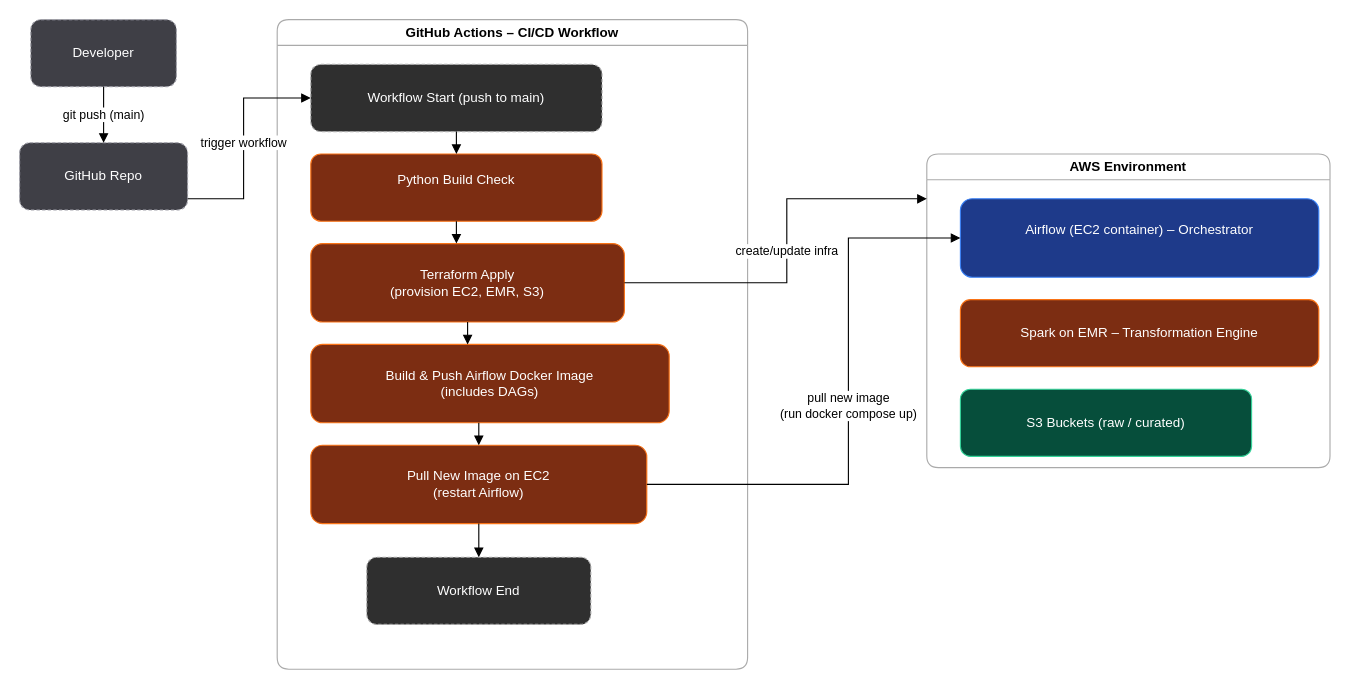
Before: diagrams/baseline_pipeline/ci_cd.drawio in SilverPeak2299/Thesis, a draw.io diagram. Source tidied: cells renumbered, new cells numbered last; positions are measured from the earlier drawing's top-left corner, leaving out a move shared by most shapes. Both pictures are drawn from the tidied source at 112%, with x=0, y=0 at pixel (19, 19).
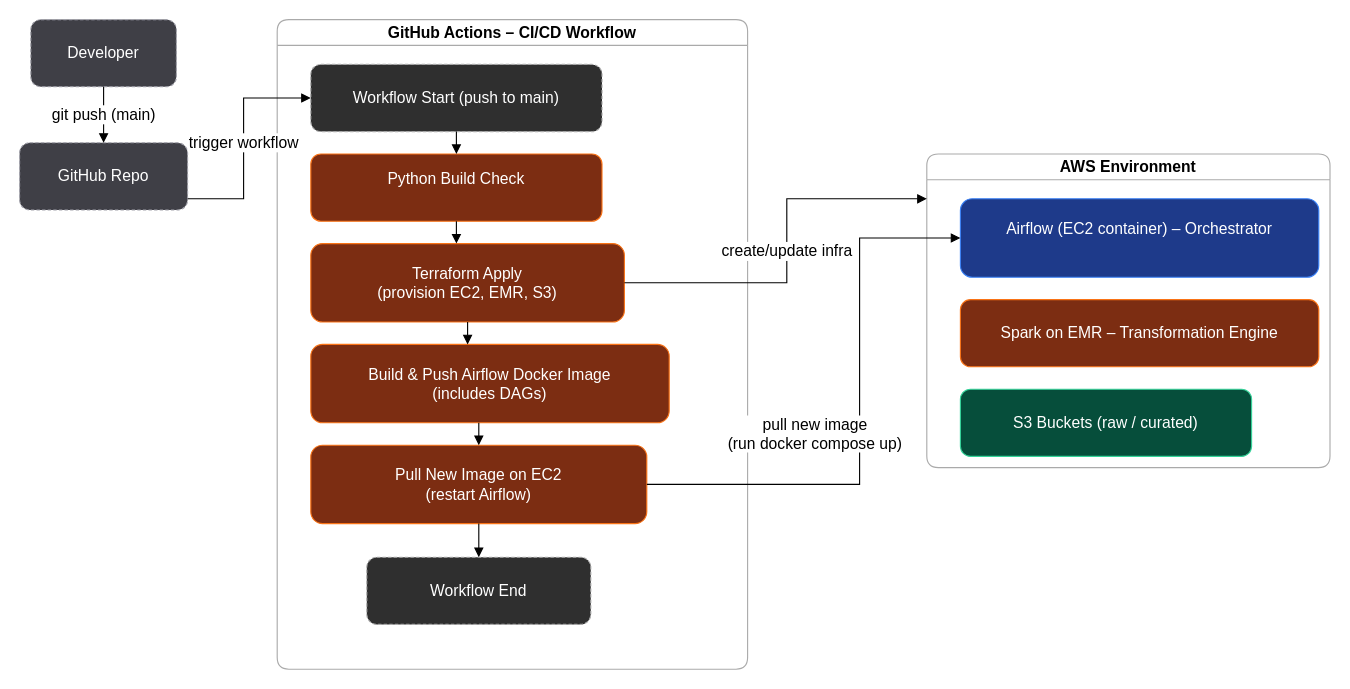
The same page after the edit.

Change to the diagram source:
```diff
@@
-    <mxCell id="2" value="Developer" style="rounded=1;whiteSpace=wrap;html=1;fillColor=#3f3f46;strokeColor=#a1a1aa;fontColor=#ffffff;dashed=1;dashPattern=3 2;" parent="1" vertex="1">
+    <mxCell id="2" value="Developer" style="rounded=1;whiteSpace=wrap;html=1;fillColor=#3f3f46;strokeColor=#a1a1aa;fontColor=#ffffff;dashed=1;dashPattern=3 2;fontSize=14;" parent="1" vertex="1">
       <mxGeometry x="10" width="130" height="60" as="geometry" />
     </mxCell>
-    <mxCell id="3" value="GitHub Repo" style="rounded=1;whiteSpace=wrap;html=1;fillColor=#3f3f46;strokeColor=#a1a1aa;fontColor=#ffffff;dashed=1;dashPattern=3 2;" parent="1" vertex="1">
+    <mxCell id="3" value="GitHub Repo" style="rounded=1;whiteSpace=wrap;html=1;fillColor=#3f3f46;strokeColor=#a1a1aa;fontColor=#ffffff;dashed=1;dashPattern=3 2;fontSize=14;" parent="1" vertex="1">
       <mxGeometry y="110" width="150" height="60" as="geometry" />
     </mxCell>
-    <mxCell id="4" value="GitHub Actions – CI/CD Workflow" style="swimlane;horizontal=1;rounded=1;whiteSpace=wrap;html=1;strokeColor=#aaaaaa;" parent="1" vertex="1">
+    <mxCell id="4" value="GitHub Actions – CI/CD Workflow" style="swimlane;horizontal=1;rounded=1;whiteSpace=wrap;html=1;strokeColor=#aaaaaa;fontSize=14;" parent="1" vertex="1">
       <mxGeometry x="230" width="420" height="580" as="geometry" />
     </mxCell>
-    <mxCell id="5" value="Workflow Start (push to main)" style="rounded=1;whiteSpace=wrap;html=1;fillColor=#2f2f2f;strokeColor=#aaaaaa;fontColor=#ffffff;dashed=1;dashPattern=3 2;" parent="4" vertex="1">
+    <mxCell id="5" value="Workflow Start (push to main)" style="rounded=1;whiteSpace=wrap;html=1;fillColor=#2f2f2f;strokeColor=#aaaaaa;fontColor=#ffffff;dashed=1;dashPattern=3 2;fontSize=14;" parent="4" vertex="1">
       <mxGeometry x="30" y="40" width="260" height="60" as="geometry" />
     </mxCell>
-    <mxCell id="6" value="Python Build Check&lt;div&gt;&lt;br/&gt;&lt;/div&gt;" style="rounded=1;whiteSpace=wrap;html=1;fillColor=#7c2d12;strokeColor=#f97316;fontColor=#ffffff;" parent="4" vertex="1">
+    <mxCell id="6" value="Python Build Check&lt;div&gt;&lt;br/&gt;&lt;/div&gt;" style="rounded=1;whiteSpace=wrap;html=1;fillColor=#7c2d12;strokeColor=#f97316;fontColor=#ffffff;fontSize=14;" parent="4" vertex="1">
       <mxGeometry x="30" y="120" width="260" height="60" as="geometry" />
     </mxCell>
-    <mxCell id="7" value="Terraform Apply&#10;(provision EC2, EMR, S3)" style="rounded=1;whiteSpace=wrap;html=1;fillColor=#7c2d12;strokeColor=#f97316;fontColor=#ffffff;" parent="4" vertex="1">
+    <mxCell id="7" value="Terraform Apply&#10;(provision EC2, EMR, S3)" style="rounded=1;whiteSpace=wrap;html=1;fillColor=#7c2d12;strokeColor=#f97316;fontColor=#ffffff;fontSize=14;" parent="4" vertex="1">
       <mxGeometry x="30" y="200" width="280" height="70" as="geometry" />
     </mxCell>
-    <mxCell id="8" value="Build &amp; Push Airflow Docker Image&#10;(includes DAGs)" style="rounded=1;whiteSpace=wrap;html=1;fillColor=#7c2d12;strokeColor=#f97316;fontColor=#ffffff;" parent="4" vertex="1">
+    <mxCell id="8" value="Build &amp; Push Airflow Docker Image&#10;(includes DAGs)" style="rounded=1;whiteSpace=wrap;html=1;fillColor=#7c2d12;strokeColor=#f97316;fontColor=#ffffff;fontSize=14;" parent="4" vertex="1">
       <mxGeometry x="30" y="290" width="320" height="70" as="geometry" />
     </mxCell>
-    <mxCell id="9" value="Pull New Image on EC2&#10;(restart Airflow)" style="rounded=1;whiteSpace=wrap;html=1;fillColor=#7c2d12;strokeColor=#f97316;fontColor=#ffffff;" parent="4" vertex="1">
+    <mxCell id="9" value="Pull New Image on EC2&#10;(restart Airflow)" style="rounded=1;whiteSpace=wrap;html=1;fillColor=#7c2d12;strokeColor=#f97316;fontColor=#ffffff;fontSize=14;" parent="4" vertex="1">
       <mxGeometry x="30" y="380" width="300" height="70" as="geometry" />
     </mxCell>
-    <mxCell id="10" value="Workflow End" style="rounded=1;whiteSpace=wrap;html=1;fillColor=#2f2f2f;strokeColor=#aaaaaa;fontColor=#ffffff;dashed=1;dashPattern=3 2;" parent="4" vertex="1">
+    <mxCell id="10" value="Workflow End" style="rounded=1;whiteSpace=wrap;html=1;fillColor=#2f2f2f;strokeColor=#aaaaaa;fontColor=#ffffff;dashed=1;dashPattern=3 2;fontSize=14;" parent="4" vertex="1">
       <mxGeometry x="80" y="480" width="200" height="60" as="geometry" />
     </mxCell>
-    <mxCell id="11" style="edgeStyle=orthogonalEdgeStyle;rounded=0;endArrow=block;html=1;" parent="4" edge="1" source="5" target="6">
+    <mxCell id="11" style="edgeStyle=orthogonalEdgeStyle;rounded=0;endArrow=block;html=1;fontSize=14;" parent="4" edge="1" source="5" target="6">
       <mxGeometry relative="1" as="geometry" />
     </mxCell>
-    <mxCell id="12" style="edgeStyle=orthogonalEdgeStyle;rounded=0;endArrow=block;html=1;" parent="4" edge="1" source="6" target="7">
+    <mxCell id="12" style="edgeStyle=orthogonalEdgeStyle;rounded=0;endArrow=block;html=1;fontSize=14;" parent="4" edge="1" source="6" target="7">
       <mxGeometry relative="1" as="geometry">
         <Array as="points">
           <mxPoint x="160" y="190" />
           <mxPoint x="160" y="190" />
         </Array>
       </mxGeometry>
     </mxCell>
-    <mxCell id="13" style="edgeStyle=orthogonalEdgeStyle;rounded=0;endArrow=block;html=1;" parent="4" edge="1" source="7" target="8">
+    <mxCell id="13" style="edgeStyle=orthogonalEdgeStyle;rounded=0;endArrow=block;html=1;fontSize=14;" parent="4" edge="1" source="7" target="8">
       <mxGeometry relative="1" as="geometry">
         <Array as="points">
           <mxPoint x="170" y="280" />
           <mxPoint x="170" y="280" />
         </Array>
       </mxGeometry>
     </mxCell>
-    <mxCell id="14" style="edgeStyle=orthogonalEdgeStyle;rounded=0;endArrow=block;html=1;" parent="4" edge="1" source="8" target="9">
+    <mxCell id="14" style="edgeStyle=orthogonalEdgeStyle;rounded=0;endArrow=block;html=1;fontSize=14;" parent="4" edge="1" source="8" target="9">
       <mxGeometry relative="1" as="geometry">
         <Array as="points">
           <mxPoint x="180" y="370" />
           <mxPoint x="180" y="370" />
         </Array>
       </mxGeometry>
     </mxCell>
-    <mxCell id="15" style="edgeStyle=orthogonalEdgeStyle;rounded=0;endArrow=block;html=1;" parent="4" edge="1" source="9" target="10">
+    <mxCell id="15" style="edgeStyle=orthogonalEdgeStyle;rounded=0;endArrow=block;html=1;fontSize=14;" parent="4" edge="1" source="9" target="10">
       <mxGeometry relative="1" as="geometry" />
     </mxCell>
-    <mxCell id="16" value="AWS Environment" style="swimlane;horizontal=1;rounded=1;whiteSpace=wrap;html=1;strokeColor=#aaaaaa;" parent="1" vertex="1">
+    <mxCell id="16" value="AWS Environment" style="swimlane;horizontal=1;rounded=1;whiteSpace=wrap;html=1;strokeColor=#aaaaaa;fontSize=14;" parent="1" vertex="1">
       <mxGeometry x="810" y="120" width="360" height="280" as="geometry" />
     </mxCell>
-    <mxCell id="17" value="Airflow (EC2 container) – Orchestrator&lt;div&gt;&lt;br/&gt;&lt;/div&gt;" style="rounded=1;whiteSpace=wrap;html=1;fillColor=#1e3a8a;strokeColor=#3b82f6;fontColor=#ffffff;" parent="16" vertex="1">
+    <mxCell id="17" value="Airflow (EC2 container) – Orchestrator&lt;div&gt;&lt;br/&gt;&lt;/div&gt;" style="rounded=1;whiteSpace=wrap;html=1;fillColor=#1e3a8a;strokeColor=#3b82f6;fontColor=#ffffff;fontSize=14;" parent="16" vertex="1">
       <mxGeometry x="30" y="40" width="320" height="70" as="geometry" />
     </mxCell>
-    <mxCell id="18" value="Spark on EMR – Transformation Engine" style="rounded=1;whiteSpace=wrap;html=1;fillColor=#7c2d12;strokeColor=#f97316;fontColor=#ffffff;" parent="16" vertex="1">
+    <mxCell id="18" value="Spark on EMR – Transformation Engine" style="rounded=1;whiteSpace=wrap;html=1;fillColor=#7c2d12;strokeColor=#f97316;fontColor=#ffffff;fontSize=14;" parent="16" vertex="1">
       <mxGeometry x="30" y="130" width="320" height="60" as="geometry" />
     </mxCell>
-    <mxCell id="19" value="S3 Buckets (raw / curated)" style="rounded=1;whiteSpace=wrap;html=1;fillColor=#064e3b;strokeColor=#34d399;fontColor=#ffffff;" parent="16" vertex="1">
+    <mxCell id="19" value="S3 Buckets (raw / curated)" style="rounded=1;whiteSpace=wrap;html=1;fillColor=#064e3b;strokeColor=#34d399;fontColor=#ffffff;fontSize=14;" parent="16" vertex="1">
       <mxGeometry x="30" y="210" width="260" height="60" as="geometry" />
     </mxCell>
-    <mxCell id="20" value="git push (main)" style="edgeStyle=orthogonalEdgeStyle;rounded=0;endArrow=block;html=1;labelBackgroundColor=#ffffff;" parent="1" edge="1" source="2" target="3">
+    <mxCell id="20" value="git push (main)" style="edgeStyle=orthogonalEdgeStyle;rounded=0;endArrow=block;html=1;labelBackgroundColor=#ffffff;fontSize=14;" parent="1" edge="1" source="2" target="3">
       <mxGeometry relative="1" as="geometry" />
     </mxCell>
-    <mxCell id="21" value="trigger workflow" style="edgeStyle=orthogonalEdgeStyle;rounded=0;endArrow=block;html=1;labelBackgroundColor=#ffffff;" parent="1" edge="1" source="3" target="5">
+    <mxCell id="21" value="trigger workflow" style="edgeStyle=orthogonalEdgeStyle;rounded=0;endArrow=block;html=1;labelBackgroundColor=#ffffff;fontSize=14;" parent="1" edge="1" source="3" target="5">
       <mxGeometry relative="1" as="geometry">
         <Array as="points">
           <mxPoint x="200" y="160" />
           <mxPoint x="200" y="70" />
         </Array>
       </mxGeometry>
     </mxCell>
-    <mxCell id="22" value="create/update infra" style="edgeStyle=orthogonalEdgeStyle;rounded=0;endArrow=block;html=1;labelBackgroundColor=#ffffff;" parent="1" edge="1" source="7" target="16">
+    <mxCell id="22" value="create/update infra" style="edgeStyle=orthogonalEdgeStyle;rounded=0;endArrow=block;html=1;labelBackgroundColor=#ffffff;fontSize=14;" parent="1" edge="1" source="7" target="16">
       <mxGeometry relative="1" as="geometry">
         <Array as="points">
           <mxPoint x="685" y="235" />
           <mxPoint x="685" y="160" />
         </Array>
       </mxGeometry>
     </mxCell>
-    <mxCell id="23" value="pull new image&#10;(run docker compose up)" style="edgeStyle=orthogonalEdgeStyle;rounded=0;endArrow=block;html=1;labelBackgroundColor=#ffffff;" parent="1" edge="1" source="9" target="17">
-      <mxGeometry relative="1" as="geometry">
+    <mxCell id="23" value="pull new image&#10;(run docker compose up)" style="edgeStyle=orthogonalEdgeStyle;rounded=0;endArrow=block;html=1;labelBackgroundColor=#ffffff;fontSize=14;" parent="1" edge="1" source="9" target="17">
+      <mxGeometry x="-0.06" y="40" relative="1" as="geometry">
         <Array as="points">
-          <mxPoint x="740" y="415" />
-          <mxPoint x="740" y="195" />
+          <mxPoint x="750" y="415" />
+          <mxPoint x="750" y="195" />
         </Array>
       </mxGeometry>
     </mxCell>
```
